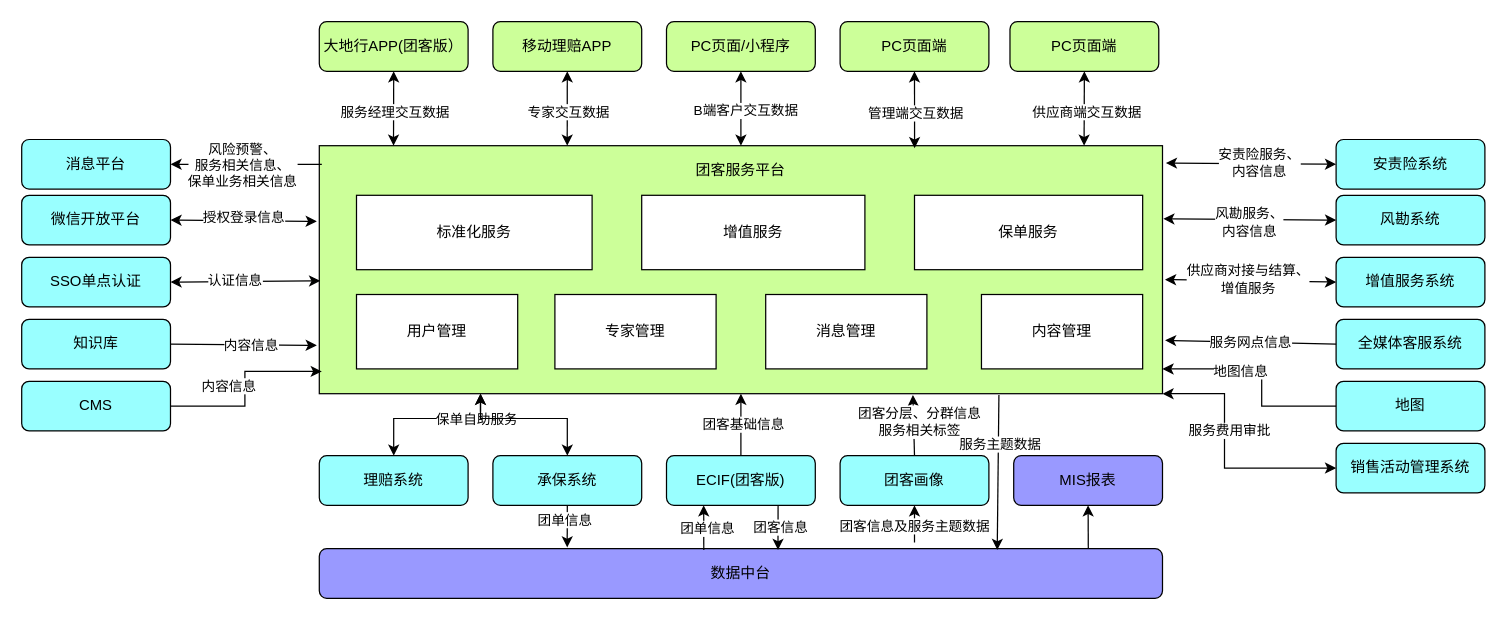
This is 团客总体设计.drawio from loc1129/tech, a draw.io file, before an edit. Source tidied: cells renumbered, new cells numbered last; positions are measured from the earlier drawing's top-left corner, leaving out a move shared by most shapes. Both pictures are drawn from the tidied source at 124%, with x=0, y=0 at pixel (21, 21).
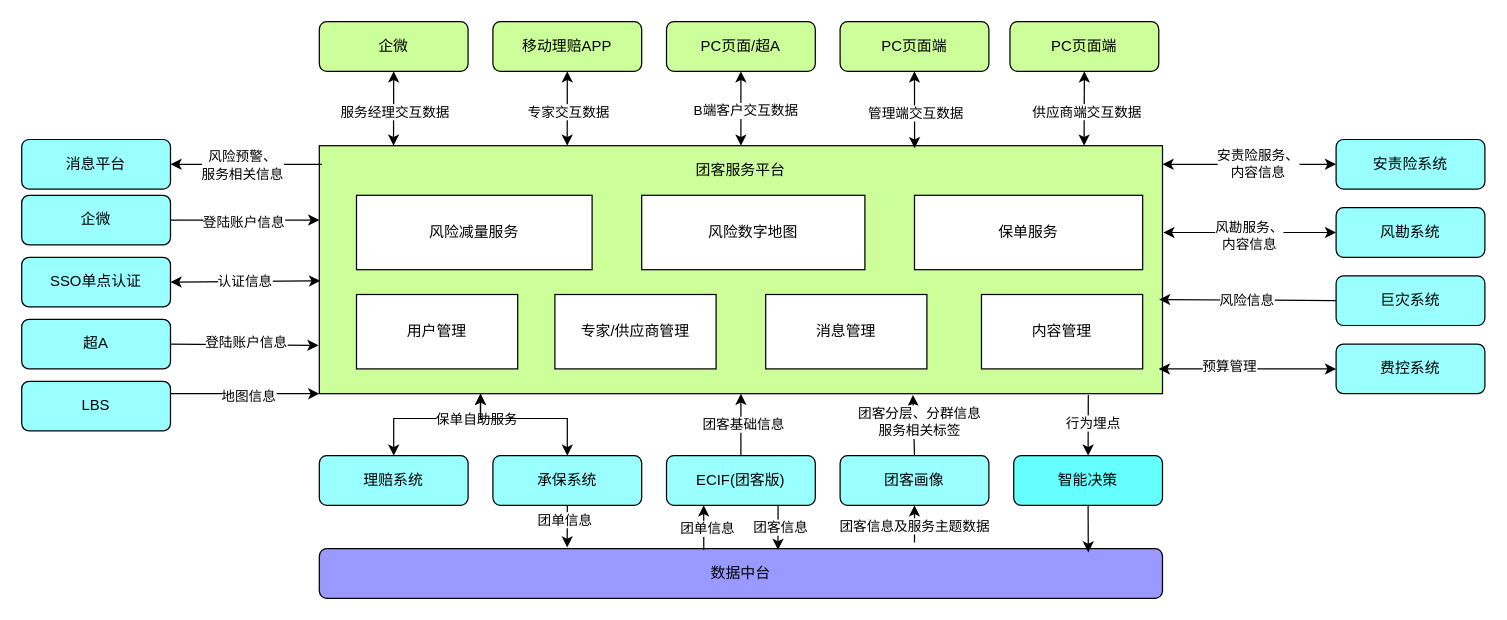
The same page after the edit.

Commit message:
更新团客总体设计.drawio

The change refers to these unchanged cells:
```xml
<mxCell id="2" style="rounded=0;whiteSpace=wrap;html=1;fillColor=#CCFF99;" parent="1" vertex="1">
  <mxGeometry x="240" y="100" width="680" height="200" as="geometry" />
</mxCell>
<mxCell id="20" value="安责险系统" style="rounded=1;whiteSpace=wrap;html=1;fillColor=#99FFFF;" parent="1" vertex="1">
  <mxGeometry x="1060" y="95" width="120" height="40" as="geometry" />
</mxCell>
<mxCell id="23" style="endArrow=classic;html=1;rounded=0;exitX=0.003;exitY=0.075;exitDx=0;exitDy=0;exitPerimeter=0;entryX=1;entryY=0.5;entryDx=0;entryDy=0;" parent="1" edge="1" source="2" target="17">
  <mxGeometry relative="1" as="geometry" />
</mxCell>
<mxCell id="45" value="数据中台" style="rounded=1;whiteSpace=wrap;html=1;fillColor=#9999FF;" parent="1" vertex="1">
  <mxGeometry x="240" y="425" width="680" height="40" as="geometry" />
</mxCell>
<mxCell id="75" style="endArrow=classic;startArrow=classic;html=1;rounded=0;exitX=1;exitY=0.5;exitDx=0;exitDy=0;entryX=0.001;entryY=0.545;entryDx=0;entryDy=0;entryPerimeter=0;" parent="1" edge="1" source="74" target="2">
  <mxGeometry relative="1" as="geometry" />
</mxCell>
```

Diff of the diagram source:
```diff
@@
-    <mxCell id="4" value="PC页面/小程序" style="rounded=1;whiteSpace=wrap;html=1;fillColor=#CCFF99;" parent="1" vertex="1">
+    <mxCell id="4" value="PC页面/超A" style="rounded=1;whiteSpace=wrap;html=1;fillColor=#CCFF99;" parent="1" vertex="1">
       <mxGeometry x="520" width="120" height="40" as="geometry" />
     </mxCell>
@@
-    <mxCell id="18" value="地图" style="rounded=1;whiteSpace=wrap;html=1;fillColor=#99FFFF;" parent="1" vertex="1">
-      <mxGeometry x="1060" y="290" width="120" height="40" as="geometry" />
+    <mxCell id="18" value="超A" style="rounded=1;whiteSpace=wrap;html=1;fillColor=#99FFFF;" parent="1" vertex="1">
+      <mxGeometry y="240" width="120" height="40" as="geometry" />
     </mxCell>
-    <mxCell id="19" value="知识库" style="rounded=1;whiteSpace=wrap;html=1;fillColor=#99FFFF;" parent="1" vertex="1">
-      <mxGeometry y="240" width="120" height="40" as="geometry" />
-    </mxCell>
@@
     <mxCell id="21" value="风勘系统" style="rounded=1;whiteSpace=wrap;html=1;fillColor=#99FFFF;" parent="1" vertex="1">
-      <mxGeometry x="1060" y="140" width="120" height="40" as="geometry" />
+      <mxGeometry x="1060" y="150" width="120" height="40" as="geometry" />
     </mxCell>
-    <mxCell id="22" value="增值服务系统" style="rounded=1;whiteSpace=wrap;html=1;fillColor=#99FFFF;" parent="1" vertex="1">
-      <mxGeometry x="1060" y="190" width="120" height="40" as="geometry" />
-    </mxCell>
@@
-    <mxCell id="24" value="风险预警、&lt;br&gt;服务相关信息、&lt;br&gt;保单业务相关信息" style="edgeLabel;html=1;align=center;verticalAlign=middle;" parent="23" vertex="1">
+    <mxCell id="24" value="风险预警、&lt;br&gt;服务相关信息" style="edgeLabel;html=1;align=center;verticalAlign=middle;" parent="23" vertex="1">
       <mxGeometry x="0.06" relative="1" as="geometry" />
     </mxCell>
-    <mxCell id="25" style="endArrow=classic;html=1;rounded=0;exitX=0;exitY=0.5;exitDx=0;exitDy=0;" parent="1" edge="1" source="18">
-      <mxGeometry relative="1" as="geometry">
-        <mxPoint x="920" y="280" as="targetPoint" />
-        <Array as="points">
-          <mxPoint x="1000" y="310" />
-          <mxPoint x="1000" y="280" />
-        </Array>
-      </mxGeometry>
-    </mxCell>
-    <mxCell id="26" value="地图信息" style="edgeLabel;html=1;align=center;verticalAlign=middle;" parent="25" vertex="1">
-      <mxGeometry x="0.17" y="1" relative="1" as="geometry">
-        <mxPoint x="-9" as="offset" />
-      </mxGeometry>
-    </mxCell>
-    <mxCell id="27" style="endArrow=classic;html=1;rounded=0;exitX=1;exitY=0.5;exitDx=0;exitDy=0;entryX=-0.003;entryY=0.805;entryDx=0;entryDy=0;entryPerimeter=0;" parent="1" edge="1" source="19" target="2">
-      <mxGeometry relative="1" as="geometry" />
-    </mxCell>
-    <mxCell id="28" value="内容信息" style="edgeLabel;html=1;align=center;verticalAlign=middle;" parent="27" vertex="1">
-      <mxGeometry x="0.1" relative="1" as="geometry" />
-    </mxCell>
-    <mxCell id="29" style="endArrow=classic;startArrow=classic;html=1;rounded=0;exitX=1.004;exitY=0.07;exitDx=0;exitDy=0;exitPerimeter=0;entryX=0;entryY=0.5;entryDx=0;entryDy=0;" parent="1" edge="1" source="2" target="20">
-      <mxGeometry relative="1" as="geometry" />
+    <mxCell id="29" style="endArrow=classic;startArrow=classic;html=1;rounded=0;entryX=0;entryY=0.5;entryDx=0;entryDy=0;" parent="1" edge="1" target="20">
+      <mxGeometry relative="1" as="geometry">
+        <mxPoint x="920" y="115" as="sourcePoint" />
+      </mxGeometry>
     </mxCell>
@@
-    <mxCell id="31" style="endArrow=classic;startArrow=classic;html=1;rounded=0;entryX=0;entryY=0.5;entryDx=0;entryDy=0;exitX=1.001;exitY=0.295;exitDx=0;exitDy=0;exitPerimeter=0;" parent="1" edge="1" source="2" target="21">
+    <mxCell id="31" style="endArrow=classic;startArrow=classic;html=1;rounded=0;entryX=0;entryY=0.5;entryDx=0;entryDy=0;exitX=1.001;exitY=0.35;exitDx=0;exitDy=0;exitPerimeter=0;" parent="1" edge="1" source="2" target="21">
       <mxGeometry relative="1" as="geometry" />
     </mxCell>
@@
-    <mxCell id="33" style="endArrow=classic;startArrow=classic;html=1;rounded=0;exitX=1.003;exitY=0.54;exitDx=0;exitDy=0;exitPerimeter=0;entryX=0;entryY=0.5;entryDx=0;entryDy=0;" parent="1" edge="1" source="2" target="22">
-      <mxGeometry relative="1" as="geometry" />
-    </mxCell>
-    <mxCell id="34" value="供应商对接与结算、&lt;br&gt;增值服务" style="edgeLabel;html=1;align=center;verticalAlign=middle;" parent="33" vertex="1">
-      <mxGeometry x="-0.04" y="1" relative="1" as="geometry" />
-    </mxCell>
@@
-    <mxCell id="44" value="MIS报表" style="rounded=1;whiteSpace=wrap;html=1;fillColor=#9999FF;" parent="1" vertex="1">
+    <mxCell id="44" value="智能决策" style="rounded=1;whiteSpace=wrap;html=1;fillColor=#66FFFF;" parent="1" vertex="1">
       <mxGeometry x="800" y="350" width="120" height="40" as="geometry" />
     </mxCell>
@@
-    <mxCell id="46" style="endArrow=classic;html=1;rounded=0;exitX=0.806;exitY=1.005;exitDx=0;exitDy=0;exitPerimeter=0;entryX=0.804;entryY=0.025;entryDx=0;entryDy=0;entryPerimeter=0;" parent="1" edge="1" source="2" target="45">
-      <mxGeometry relative="1" as="geometry" />
-    </mxCell>
-    <mxCell id="47" value="服务主题数据" style="edgeLabel;html=1;align=center;verticalAlign=middle;" parent="46" vertex="1">
-      <mxGeometry x="-0.47" y="1" relative="1" as="geometry">
-        <mxPoint y="6" as="offset" />
-      </mxGeometry>
-    </mxCell>
-    <mxCell id="48" style="endArrow=classic;html=1;rounded=0;entryX=0.5;entryY=1;entryDx=0;entryDy=0;exitX=0.912;exitY=0;exitDx=0;exitDy=0;exitPerimeter=0;" parent="1" edge="1" source="45" target="44">
-      <mxGeometry relative="1" as="geometry" />
-    </mxCell>
@@
-    <mxCell id="55" value="全媒体客服系统" style="rounded=1;whiteSpace=wrap;html=1;fillColor=#99FFFF;" parent="1" vertex="1">
-      <mxGeometry x="1060" y="240" width="120" height="40" as="geometry" />
+    <mxCell id="55" value="巨灾系统" style="rounded=1;whiteSpace=wrap;html=1;fillColor=#99FFFF;" parent="1" vertex="1">
+      <mxGeometry x="1060" y="205" width="120" height="40" as="geometry" />
     </mxCell>
-    <mxCell id="56" style="endArrow=classic;html=1;rounded=0;entryX=1.003;entryY=0.785;entryDx=0;entryDy=0;entryPerimeter=0;exitX=0;exitY=0.5;exitDx=0;exitDy=0;" parent="1" edge="1" source="55" target="2">
+    <mxCell id="56" style="endArrow=classic;html=1;rounded=0;entryX=0.996;entryY=0.62;entryDx=0;entryDy=0;entryPerimeter=0;exitX=0;exitY=0.5;exitDx=0;exitDy=0;" parent="1" edge="1" source="55" target="2">
       <mxGeometry relative="1" as="geometry" />
     </mxCell>
-    <mxCell id="57" value="服务网点信息" style="edgeLabel;html=1;align=center;verticalAlign=middle;" parent="56" vertex="1">
+    <mxCell id="57" value="风险信息" style="edgeLabel;html=1;align=center;verticalAlign=middle;" parent="56" vertex="1">
       <mxGeometry x="0.02" relative="1" as="geometry" />
     </mxCell>
-    <mxCell id="58" value="标准化服务" style="rounded=0;whiteSpace=wrap;html=1;" parent="1" vertex="1">
+    <mxCell id="58" value="风险减量服务" style="rounded=0;whiteSpace=wrap;html=1;" parent="1" vertex="1">
       <mxGeometry x="270" y="140" width="190" height="60" as="geometry" />
     </mxCell>
@@
-    <mxCell id="60" value="专家管理" style="rounded=0;whiteSpace=wrap;html=1;" parent="1" vertex="1">
+    <mxCell id="60" value="专家/供应商管理" style="rounded=0;whiteSpace=wrap;html=1;" parent="1" vertex="1">
       <mxGeometry x="430" y="220" width="130" height="60" as="geometry" />
     </mxCell>
@@
-    <mxCell id="62" value="增值服务" style="rounded=0;whiteSpace=wrap;html=1;" parent="1" vertex="1">
+    <mxCell id="62" value="风险数字地图" style="rounded=0;whiteSpace=wrap;html=1;" parent="1" vertex="1">
       <mxGeometry x="500" y="140" width="180" height="60" as="geometry" />
     </mxCell>
@@
-    <mxCell id="68" value="大地行APP(团客版）" style="rounded=1;whiteSpace=wrap;html=1;fillColor=#CCFF99;" parent="1" vertex="1">
+    <mxCell id="68" value="企微" style="rounded=1;whiteSpace=wrap;html=1;fillColor=#CCFF99;" parent="1" vertex="1">
       <mxGeometry x="240" width="120" height="40" as="geometry" />
     </mxCell>
-    <mxCell id="69" value="CMS" style="rounded=1;whiteSpace=wrap;html=1;fillColor=#99FFFF;" parent="1" vertex="1">
-      <mxGeometry y="290" width="120" height="40" as="geometry" />
-    </mxCell>
-    <mxCell id="70" style="endArrow=classic;html=1;rounded=0;exitX=1;exitY=0.5;exitDx=0;exitDy=0;entryX=0.003;entryY=0.91;entryDx=0;entryDy=0;entryPerimeter=0;" parent="1" edge="1" source="69" target="2">
-      <mxGeometry relative="1" as="geometry">
-        <Array as="points">
-          <mxPoint x="180" y="310" />
-          <mxPoint x="180" y="282" />
-        </Array>
-      </mxGeometry>
-    </mxCell>
-    <mxCell id="71" value="内容信息" style="edgeLabel;html=1;align=center;verticalAlign=middle;" parent="70" vertex="1">
-      <mxGeometry x="-0.39" y="2" relative="1" as="geometry">
-        <mxPoint y="-15" as="offset" />
-      </mxGeometry>
-    </mxCell>
@@
     <mxCell id="76" value="认证信息" style="edgeLabel;html=1;align=center;verticalAlign=middle;" parent="75" vertex="1">
-      <mxGeometry x="-0.13" y="1" relative="1" as="geometry" />
+      <mxGeometry x="-0.13" y="1" relative="1" as="geometry">
+        <mxPoint x="8" y="1" as="offset" />
+      </mxGeometry>
     </mxCell>
-    <mxCell id="77" value="微信开放平台" style="rounded=1;whiteSpace=wrap;html=1;fillColor=#99FFFF;" parent="1" vertex="1">
+    <mxCell id="77" value="企微" style="rounded=1;whiteSpace=wrap;html=1;fillColor=#99FFFF;" parent="1" vertex="1">
       <mxGeometry y="140" width="120" height="40" as="geometry" />
     </mxCell>
-    <mxCell id="78" style="endArrow=classic;startArrow=classic;html=1;rounded=0;exitX=1;exitY=0.5;exitDx=0;exitDy=0;entryX=-0.003;entryY=0.305;entryDx=0;entryDy=0;entryPerimeter=0;" parent="1" edge="1" source="77" target="2">
-      <mxGeometry relative="1" as="geometry" />
-    </mxCell>
-    <mxCell id="79" value="授权登录信息" style="edgeLabel;html=1;align=center;verticalAlign=middle;" parent="78" vertex="1">
-      <mxGeometry x="-0.01" y="3" relative="1" as="geometry" />
-    </mxCell>
-    <mxCell id="80" value="销售活动管理系统" style="rounded=1;whiteSpace=wrap;html=1;fillColor=#99FFFF;" parent="1" vertex="1">
-      <mxGeometry x="1060" y="340" width="120" height="40" as="geometry" />
+    <mxCell id="80" value="费控系统" style="rounded=1;whiteSpace=wrap;html=1;fillColor=#99FFFF;" parent="1" vertex="1">
+      <mxGeometry x="1060" y="260" width="120" height="40" as="geometry" />
     </mxCell>
-    <mxCell id="81" style="endArrow=classic;startArrow=classic;html=1;rounded=0;entryX=1;entryY=1;entryDx=0;entryDy=0;exitX=0;exitY=0.5;exitDx=0;exitDy=0;" parent="1" edge="1" source="80" target="2">
+    <mxCell id="81" style="endArrow=classic;startArrow=classic;html=1;rounded=0;exitX=0;exitY=0.5;exitDx=0;exitDy=0;" parent="1" edge="1" source="80">
       <mxGeometry relative="1" as="geometry">
-        <Array as="points">
-          <mxPoint x="970" y="360" />
-          <mxPoint x="970" y="300" />
-        </Array>
+        <mxPoint x="917" y="280" as="targetPoint" />
       </mxGeometry>
     </mxCell>
-    <mxCell id="82" value="服务费用审批" style="edgeLabel;html=1;align=center;verticalAlign=middle;" parent="81" vertex="1">
+    <mxCell id="82" value="预算管理" style="edgeLabel;html=1;align=center;verticalAlign=middle;" parent="81" vertex="1">
       <mxGeometry x="0.21" y="-3" relative="1" as="geometry" />
     </mxCell>
+    <mxCell id="83" style="endArrow=classic;html=1;rounded=0;exitX=0.912;exitY=1.005;exitDx=0;exitDy=0;exitPerimeter=0;entryX=0.5;entryY=0;entryDx=0;entryDy=0;" parent="1" edge="1" source="2" target="44">
+      <mxGeometry relative="1" as="geometry" />
+    </mxCell>
+    <mxCell id="84" value="行为埋点" style="edgeLabel;html=1;align=center;verticalAlign=middle;" parent="83" vertex="1">
+      <mxGeometry x="-0.1" y="3" relative="1" as="geometry" />
+    </mxCell>
+    <mxCell id="85" style="endArrow=classic;html=1;rounded=0;exitX=0.5;exitY=1;exitDx=0;exitDy=0;entryX=0.912;entryY=0.075;entryDx=0;entryDy=0;entryPerimeter=0;" parent="1" edge="1" source="44" target="45">
+      <mxGeometry relative="1" as="geometry" />
+    </mxCell>
+    <mxCell id="86" style="endArrow=classic;html=1;rounded=0;exitX=1;exitY=0.25;exitDx=0;exitDy=0;entryX=0;entryY=1;entryDx=0;entryDy=0;" parent="1" edge="1" source="87" target="2">
+      <mxGeometry relative="1" as="geometry" />
+    </mxCell>
+    <mxCell id="26" value="地图信息" style="edgeLabel;html=1;align=center;verticalAlign=middle;" parent="86" vertex="1">
+      <mxGeometry x="0.03" y="-1" relative="1" as="geometry" />
+    </mxCell>
+    <mxCell id="87" value="LBS" style="rounded=1;whiteSpace=wrap;html=1;fillColor=#99FFFF;" parent="1" vertex="1">
+      <mxGeometry y="290" width="120" height="40" as="geometry" />
+    </mxCell>
+    <mxCell id="88" style="endArrow=classic;html=1;rounded=0;exitX=1;exitY=0.5;exitDx=0;exitDy=0;entryX=-0.001;entryY=0.805;entryDx=0;entryDy=0;entryPerimeter=0;" parent="1" edge="1" source="18" target="2">
+      <mxGeometry relative="1" as="geometry" />
+    </mxCell>
+    <mxCell id="89" value="登陆账户信息" style="edgeLabel;html=1;align=center;verticalAlign=middle;" parent="88" vertex="1">
+      <mxGeometry x="0.01" y="2" relative="1" as="geometry" />
+    </mxCell>
+    <mxCell id="90" style="endArrow=classic;html=1;rounded=0;exitX=1;exitY=0.5;exitDx=0;exitDy=0;" parent="1" edge="1" source="77">
+      <mxGeometry relative="1" as="geometry">
+        <mxPoint x="240" y="160" as="targetPoint" />
+      </mxGeometry>
+    </mxCell>
+    <mxCell id="91" value="登陆账户信息" style="edgeLabel;html=1;align=center;verticalAlign=middle;" parent="90" vertex="1">
+      <mxGeometry x="-0.03" y="-1" relative="1" as="geometry" />
+    </mxCell>
```
